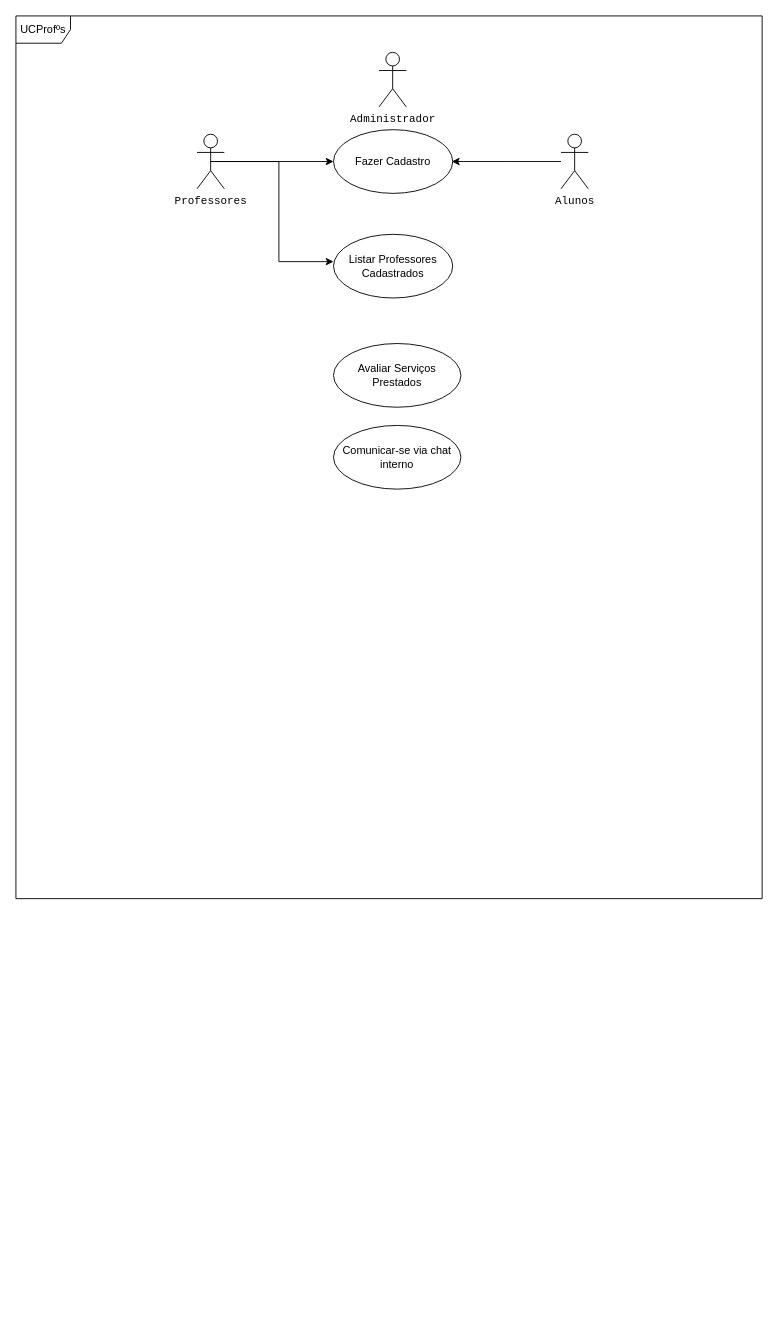
Before: Caso de Uso.drawio in gabi-lessa/AnaliseProjetoSistemas, a draw.io diagram. Source tidied: cells renumbered, new cells numbered last; positions are measured from the earlier drawing's top-left corner, leaving out a move shared by most shapes. Both pictures are drawn from the tidied source at 91%, with x=0, y=0 at pixel (15, 15).
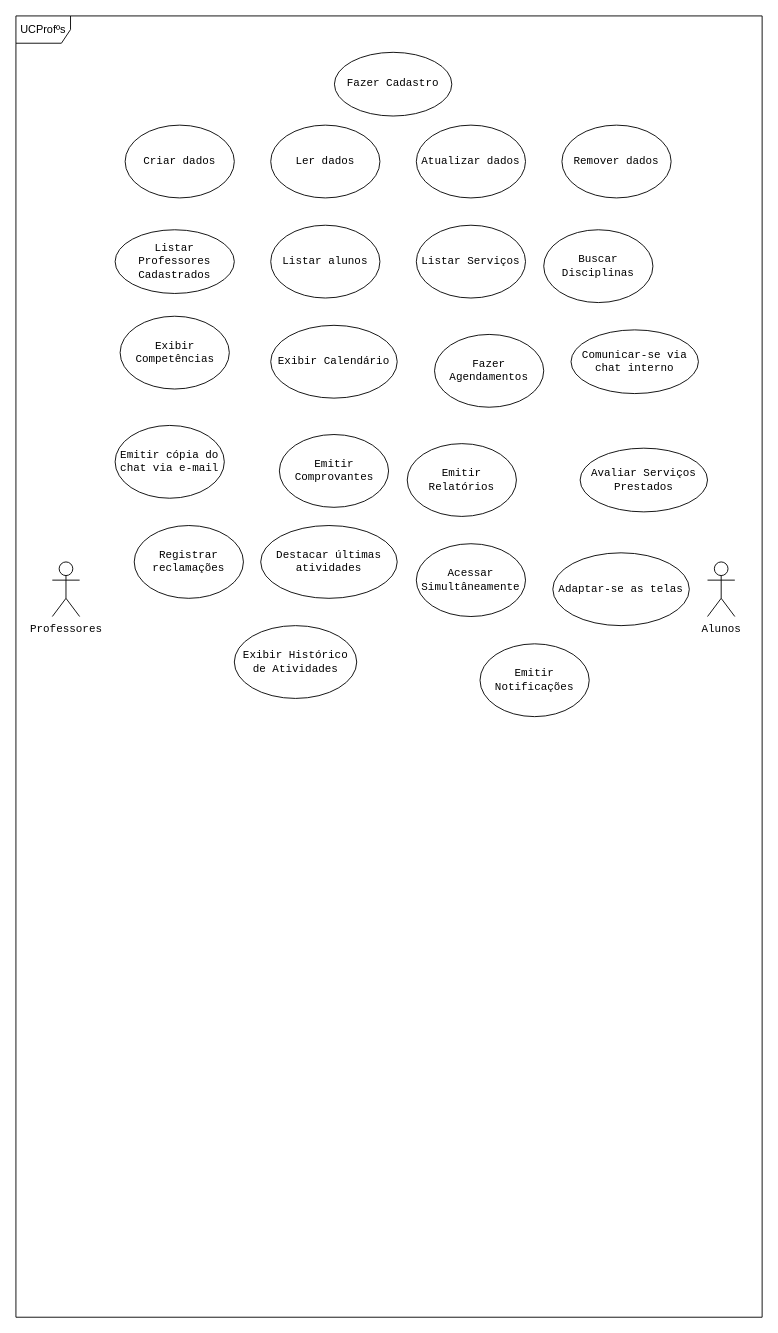
After the change.

Change to the diagram source:
```diff
@@
-    <mxCell id="2" style="edgeStyle=orthogonalEdgeStyle;rounded=0;jettySize=auto;html=1;exitX=0.5;exitY=0.5;exitDx=0;exitDy=0;exitPerimeter=0;" parent="1" edge="1" source="4">
-      <mxGeometry relative="1" as="geometry">
-        <mxPoint x="349" y="160" as="targetPoint" />
-      </mxGeometry>
-    </mxCell>
-    <mxCell id="3" style="edgeStyle=orthogonalEdgeStyle;rounded=0;jettySize=auto;html=1;entryX=0;entryY=0.5;entryDx=0;entryDy=0;exitX=0.5;exitY=0.5;exitDx=0;exitDy=0;exitPerimeter=0;" parent="1" edge="1" source="4">
-      <mxGeometry relative="1" as="geometry">
-        <mxPoint x="349" y="270" as="targetPoint" />
-        <Array as="points">
-          <mxPoint x="289" y="160" />
-          <mxPoint x="289" y="270" />
-        </Array>
-      </mxGeometry>
-    </mxCell>
     <mxCell id="4" value="Professores" style="shape=umlActor;verticalLabelPosition=bottom;verticalAlign=top;html=1;outlineConnect=0;fontFamily=Courier New;" parent="1" vertex="1">
-      <mxGeometry x="199" y="130" width="30" height="60" as="geometry" />
+      <mxGeometry x="40" y="600" width="30" height="60" as="geometry" />
     </mxCell>
-    <mxCell id="5" style="edgeStyle=orthogonalEdgeStyle;rounded=0;jettySize=auto;html=1;entryX=1;entryY=0.5;entryDx=0;entryDy=0;" parent="1" edge="1" source="6">
-      <mxGeometry relative="1" as="geometry">
-        <mxPoint x="479" y="160" as="targetPoint" />
-      </mxGeometry>
-    </mxCell>
     <mxCell id="6" value="Alunos" style="shape=umlActor;verticalLabelPosition=bottom;verticalAlign=top;html=1;outlineConnect=0;fontFamily=Courier New;" parent="1" vertex="1">
-      <mxGeometry x="599" y="130" width="30" height="60" as="geometry" />
+      <mxGeometry x="760" y="600" width="30" height="60" as="geometry" />
     </mxCell>
-    <mxCell id="7" value="Administrador" style="shape=umlActor;verticalLabelPosition=bottom;verticalAlign=top;html=1;fontFamily=Courier New;" parent="1" vertex="1">
-      <mxGeometry x="399" y="40" width="30" height="60" as="geometry" />
-    </mxCell>
     <mxCell id="8" value="UCProfºs" style="shape=umlFrame;whiteSpace=wrap;html=1;" parent="1" vertex="1">
-      <mxGeometry width="820" height="970" as="geometry" />
+      <mxGeometry width="820" height="1430" as="geometry" />
     </mxCell>
-    <mxCell id="9" value="Fazer Cadastro" style="ellipse;whiteSpace=wrap;html=1;" parent="1" vertex="1">
-      <mxGeometry x="349" y="125" width="131" height="70" as="geometry" />
+    <mxCell id="9" value="Fazer Cadastro" style="ellipse;whiteSpace=wrap;html=1;fontFamily=Courier New;" parent="1" vertex="1">
+      <mxGeometry x="350" y="40" width="129" height="70" as="geometry" />
     </mxCell>
-    <mxCell id="10" value="Listar Professores Cadastrados" style="ellipse;whiteSpace=wrap;html=1;" parent="1" vertex="1">
-      <mxGeometry x="349" y="240" width="131" height="70" as="geometry" />
+    <mxCell id="10" value="Listar Professores Cadastrados" style="ellipse;whiteSpace=wrap;html=1;fontFamily=Courier New;" parent="1" vertex="1">
+      <mxGeometry x="109" y="235" width="131" height="70" as="geometry" />
     </mxCell>
-    <mxCell id="11" value="Avaliar Serviços Prestados" style="ellipse;whiteSpace=wrap;html=1;" parent="1" vertex="1">
-      <mxGeometry x="349" y="360" width="140" height="70" as="geometry" />
+    <mxCell id="11" value="Avaliar Serviços Prestados" style="ellipse;whiteSpace=wrap;html=1;fontFamily=Courier New;" parent="1" vertex="1">
+      <mxGeometry x="620" y="475" width="140" height="70" as="geometry" />
     </mxCell>
-    <mxCell id="12" value="Comunicar-se via chat interno" style="ellipse;whiteSpace=wrap;html=1;" parent="1" vertex="1">
-      <mxGeometry x="349" y="450" width="140" height="70" as="geometry" />
+    <mxCell id="12" value="Comunicar-se via chat interno" style="ellipse;whiteSpace=wrap;html=1;fontFamily=Courier New;" parent="1" vertex="1">
+      <mxGeometry x="610" y="345" width="140" height="70" as="geometry" />
     </mxCell>
+    <mxCell id="13" value="Exibir Calendário" style="ellipse;whiteSpace=wrap;html=1;fontFamily=Courier New;" parent="1" vertex="1">
+      <mxGeometry x="280" y="340" width="139" height="80" as="geometry" />
+    </mxCell>
+    <mxCell id="14" value="Exibir Competências" style="ellipse;whiteSpace=wrap;html=1;fontFamily=Courier New;" parent="1" vertex="1">
+      <mxGeometry x="114.5" y="330" width="120" height="80" as="geometry" />
+    </mxCell>
+    <mxCell id="15" value="Emitir Relatórios" style="ellipse;whiteSpace=wrap;html=1;fontFamily=Courier New;" parent="1" vertex="1">
+      <mxGeometry x="430" y="470" width="120" height="80" as="geometry" />
+    </mxCell>
+    <mxCell id="16" value="Fazer Agendamentos" style="ellipse;whiteSpace=wrap;html=1;fontFamily=Courier New;" parent="1" vertex="1">
+      <mxGeometry x="460" y="350" width="120" height="80" as="geometry" />
+    </mxCell>
+    <mxCell id="17" value="Listar Serviços" style="ellipse;whiteSpace=wrap;html=1;fontFamily=Courier New;" parent="1" vertex="1">
+      <mxGeometry x="440" y="230" width="120" height="80" as="geometry" />
+    </mxCell>
+    <mxCell id="18" value="Emitir Comprovantes" style="ellipse;whiteSpace=wrap;html=1;fontFamily=Courier New;" parent="1" vertex="1">
+      <mxGeometry x="289.5" y="460" width="120" height="80" as="geometry" />
+    </mxCell>
+    <mxCell id="19" value="Buscar Disciplinas" style="ellipse;whiteSpace=wrap;html=1;fontFamily=Courier New;" parent="1" vertex="1">
+      <mxGeometry x="580" y="235" width="120" height="80" as="geometry" />
+    </mxCell>
+    <mxCell id="20" value="Emitir Notificações" style="ellipse;whiteSpace=wrap;html=1;fontFamily=Courier New;" parent="1" vertex="1">
+      <mxGeometry x="510" y="690" width="120" height="80" as="geometry" />
+    </mxCell>
+    <mxCell id="21" value="Exibir Histórico de Atividades" style="ellipse;whiteSpace=wrap;html=1;fontFamily=Courier New;" parent="1" vertex="1">
+      <mxGeometry x="240" y="670" width="134.5" height="80" as="geometry" />
+    </mxCell>
+    <mxCell id="22" value="Acessar Simultâneamente" style="ellipse;whiteSpace=wrap;html=1;fontFamily=Courier New;" parent="1" vertex="1">
+      <mxGeometry x="440" y="580" width="120" height="80" as="geometry" />
+    </mxCell>
+    <mxCell id="23" value="Adaptar-se as telas" style="ellipse;whiteSpace=wrap;html=1;fontFamily=Courier New;" parent="1" vertex="1">
+      <mxGeometry x="590" y="590" width="150" height="80" as="geometry" />
+    </mxCell>
+    <mxCell id="24" value="Listar alunos" style="ellipse;whiteSpace=wrap;html=1;fontFamily=Courier New;" parent="1" vertex="1">
+      <mxGeometry x="280" y="230" width="120" height="80" as="geometry" />
+    </mxCell>
+    <mxCell id="25" value="Registrar reclamações" style="ellipse;whiteSpace=wrap;html=1;fontFamily=Courier New;" parent="1" vertex="1">
+      <mxGeometry x="130" y="560" width="120" height="80" as="geometry" />
+    </mxCell>
+    <mxCell id="26" value="Destacar últimas atividades" style="ellipse;whiteSpace=wrap;html=1;fontFamily=Courier New;" parent="1" vertex="1">
+      <mxGeometry x="269" y="560" width="150" height="80" as="geometry" />
+    </mxCell>
+    <mxCell id="27" value="Emitir cópia do chat via e-mail" style="ellipse;whiteSpace=wrap;html=1;fontFamily=Courier New;" parent="1" vertex="1">
+      <mxGeometry x="109" y="450" width="120" height="80" as="geometry" />
+    </mxCell>
+    <mxCell id="28" value="Ler dados" style="ellipse;whiteSpace=wrap;html=1;fontFamily=Courier New;" parent="1" vertex="1">
+      <mxGeometry x="280" y="120" width="120" height="80" as="geometry" />
+    </mxCell>
+    <mxCell id="29" value="Atualizar dados" style="ellipse;whiteSpace=wrap;html=1;fontFamily=Courier New;" parent="1" vertex="1">
+      <mxGeometry x="440" y="120" width="120" height="80" as="geometry" />
+    </mxCell>
+    <mxCell id="30" value="Remover dados" style="ellipse;whiteSpace=wrap;html=1;fontFamily=Courier New;" parent="1" vertex="1">
+      <mxGeometry x="600" y="120" width="120" height="80" as="geometry" />
+    </mxCell>
+    <mxCell id="31" value="Criar dados" style="ellipse;whiteSpace=wrap;html=1;fontFamily=Courier New;" parent="1" vertex="1">
+      <mxGeometry x="120" y="120" width="120" height="80" as="geometry" />
+    </mxCell>
```
